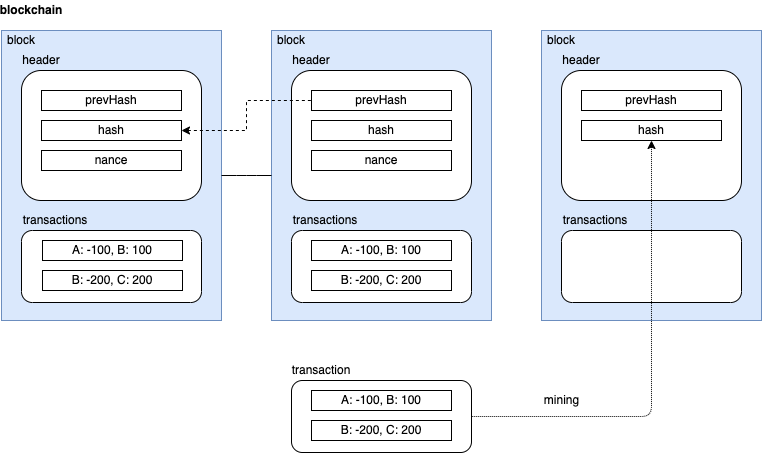
This is res/design.drawio.png from azul915/toy-blockchain, a draw.io export, as it was before one commit. Source tidied: cells renumbered, new cells last; positions are measured from the earlier drawing's top-left corner, leaving out a move shared by most shapes.
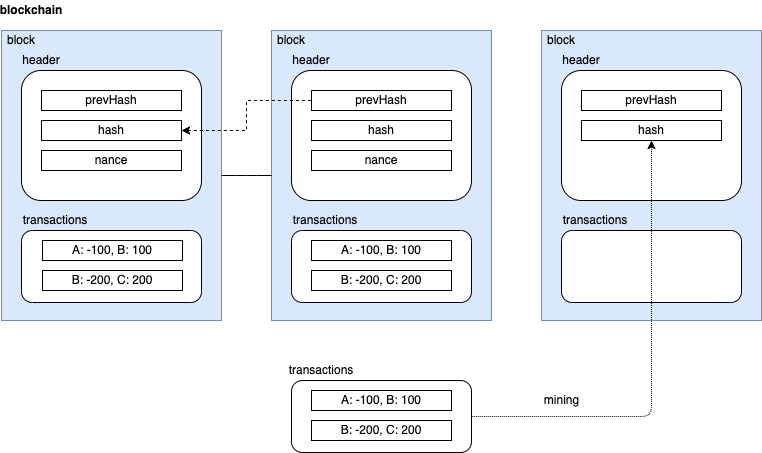
After the commit.

What changed in the source:
```diff
@@ -114,7 +114,7 @@
     <mxCell id="41" value="header" style="text;html=1;strokeColor=none;fillColor=none;align=center;verticalAlign=middle;whiteSpace=wrap;rounded=0;" parent="31" vertex="1">
       <mxGeometry x="560" y="50" width="40" height="20" as="geometry" />
     </mxCell>
-    <mxCell id="42" value="transaction" style="text;html=1;strokeColor=none;fillColor=none;align=center;verticalAlign=middle;whiteSpace=wrap;rounded=0;" parent="31" vertex="1">
+    <mxCell id="42" value="transactions" style="text;html=1;strokeColor=none;fillColor=none;align=center;verticalAlign=middle;whiteSpace=wrap;rounded=0;" parent="31" vertex="1">
       <mxGeometry x="300" y="360" width="40" height="20" as="geometry" />
     </mxCell>
     <mxCell id="43" value="mining" style="text;html=1;align=center;verticalAlign=middle;strokeColor=none;fillColor=none;" parent="31" vertex="1">
```
